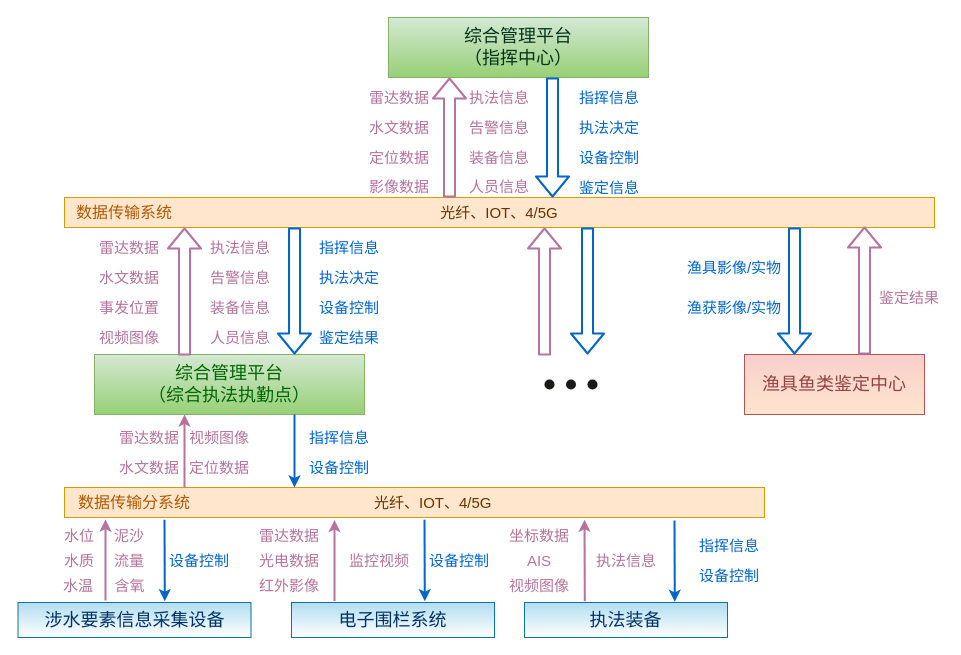
Before: 信息关系.drawio in singleYU/WPF_Docs, a draw.io diagram. Source tidied: cells renumbered, new cells numbered last; positions are measured from the earlier drawing's top-left corner, leaving out a move shared by most shapes. Both pictures are drawn from the tidied source at 100%, with x=0, y=0 at pixel (18, 17).
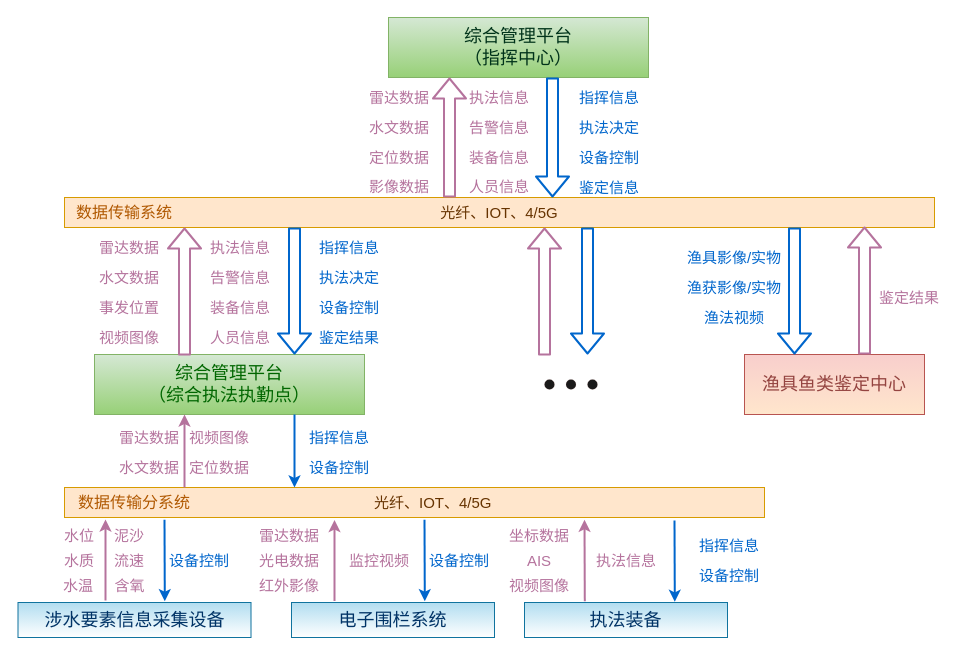
The same diagram, later.

Commit message:
更新信息关系.drawio

Diff of the diagram source:
```diff
@@
-    <mxCell id="48" value="流量" style="text;html=1;strokeColor=none;fillColor=none;align=center;verticalAlign=middle;whiteSpace=wrap;rounded=0;fontSize=15;fontColor=#B5739D;" parent="1" vertex="1">
+    <mxCell id="48" value="流速" style="text;html=1;strokeColor=none;fillColor=none;align=center;verticalAlign=middle;whiteSpace=wrap;rounded=0;fontSize=15;fontColor=#B5739D;" parent="1" vertex="1">
       <mxGeometry x="86" y="533" width="50" height="20" as="geometry" />
     </mxCell>
@@
     <mxCell id="79" value="渔具影像/实物" style="text;html=1;strokeColor=none;fillColor=none;align=center;verticalAlign=middle;whiteSpace=wrap;rounded=0;fontSize=15;fontColor=#0066CC;" parent="1" vertex="1">
-      <mxGeometry x="666" y="240" width="100" height="20" as="geometry" />
+      <mxGeometry x="666" y="230" width="100" height="20" as="geometry" />
     </mxCell>
     <mxCell id="80" value="渔获影像/实物" style="text;html=1;strokeColor=none;fillColor=none;align=center;verticalAlign=middle;whiteSpace=wrap;rounded=0;fontSize=15;fontColor=#0066CC;" parent="1" vertex="1">
-      <mxGeometry x="666" y="280" width="100" height="20" as="geometry" />
+      <mxGeometry x="666" y="260" width="100" height="20" as="geometry" />
     </mxCell>
@@
+    <mxCell id="83" value="渔法视频" style="text;html=1;strokeColor=none;fillColor=none;align=center;verticalAlign=middle;whiteSpace=wrap;rounded=0;fontSize=15;fontColor=#0066CC;" parent="1" vertex="1">
+      <mxGeometry x="666" y="290" width="100" height="20" as="geometry" />
+    </mxCell>
```
